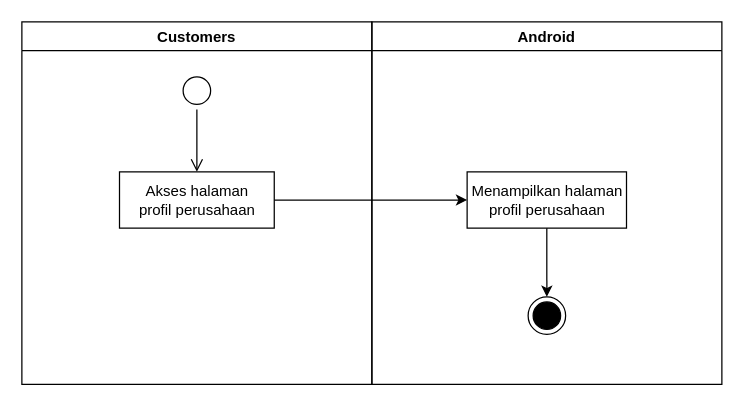
This is Dokumen TA/Diagram/activity_diagram/user/user profil perusahaan.drawio from secondline16/ptsuryasafetynusantara, a draw.io file, before an edit. Source tidied: cells renumbered, new cells numbered last; positions are measured from the earlier drawing's top-left corner, leaving out a move shared by most shapes. Both pictures are drawn from the tidied source at 125%, with x=0, y=0 at pixel (21, 21).
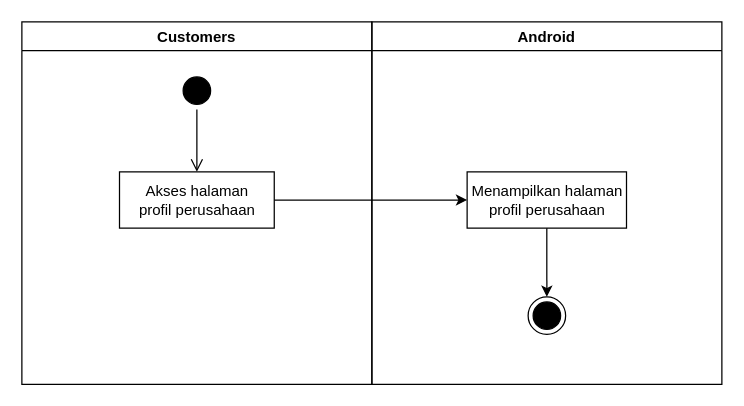
Above is the later version.

Diff of the diagram source:
```diff
@@
 <mxGraphModel>
   <root>
     <mxCell id="0" />
     <mxCell id="1" parent="0" />
     <mxCell id="2" value="Android" style="swimlane;fillColor=none;" parent="1" vertex="1">
       <mxGeometry x="280" width="280" height="290" as="geometry" />
     </mxCell>
     <mxCell id="3" style="edgeStyle=orthogonalEdgeStyle;rounded=0;jettySize=auto;html=1;exitX=0.5;exitY=1;exitDx=0;exitDy=0;entryX=0.5;entryY=0;entryDx=0;entryDy=0;" parent="2" edge="1" source="4" target="5">
       <mxGeometry relative="1" as="geometry" />
     </mxCell>
     <mxCell id="4" value="Menampilkan halaman&lt;br&gt;profil perusahaan" style="html=1;strokeColor=#000000;fillColor=default;" parent="2" vertex="1">
       <mxGeometry x="76.2" y="120" width="127.5" height="45" as="geometry" />
     </mxCell>
     <mxCell id="5" style="ellipse;html=1;shape=endState;fillColor=#000000;strokeColor=#000000;" parent="2" vertex="1">
       <mxGeometry x="125" y="220" width="30" height="30" as="geometry" />
     </mxCell>
     <mxCell id="6" value="Customers" style="swimlane;fillColor=none;startSize=23;" parent="1" vertex="1">
       <mxGeometry width="280" height="290" as="geometry" />
     </mxCell>
-    <mxCell id="7" style="ellipse;html=1;shape=startState;fillColor=default;strokeColor=#000000;" parent="6" vertex="1">
+    <mxCell id="7" style="ellipse;html=1;shape=startState;fillColor=#000000;strokeColor=#000000;" parent="6" vertex="1">
       <mxGeometry x="125" y="40" width="30" height="30" as="geometry" />
     </mxCell>
     <mxCell id="8" style="edgeStyle=orthogonalEdgeStyle;html=1;verticalAlign=bottom;endArrow=open;endSize=8;strokeColor=#000000;rounded=0;" parent="6" edge="1" source="7">
       <mxGeometry relative="1" as="geometry">
         <mxPoint x="140" y="120" as="targetPoint" />
       </mxGeometry>
     </mxCell>
     <mxCell id="9" value="Akses halaman&lt;br&gt;profil perusahaan" style="html=1;strokeColor=#000000;fillColor=default;" parent="6" vertex="1">
       <mxGeometry x="78.1" y="120" width="123.8" height="45" as="geometry" />
     </mxCell>
     <mxCell id="10" style="edgeStyle=orthogonalEdgeStyle;rounded=0;jettySize=auto;html=1;exitX=1;exitY=0.5;exitDx=0;exitDy=0;entryX=0;entryY=0.5;entryDx=0;entryDy=0;" parent="1" edge="1" source="9" target="4">
       <mxGeometry relative="1" as="geometry" />
     </mxCell>
   </root>
 </mxGraphModel>
```
